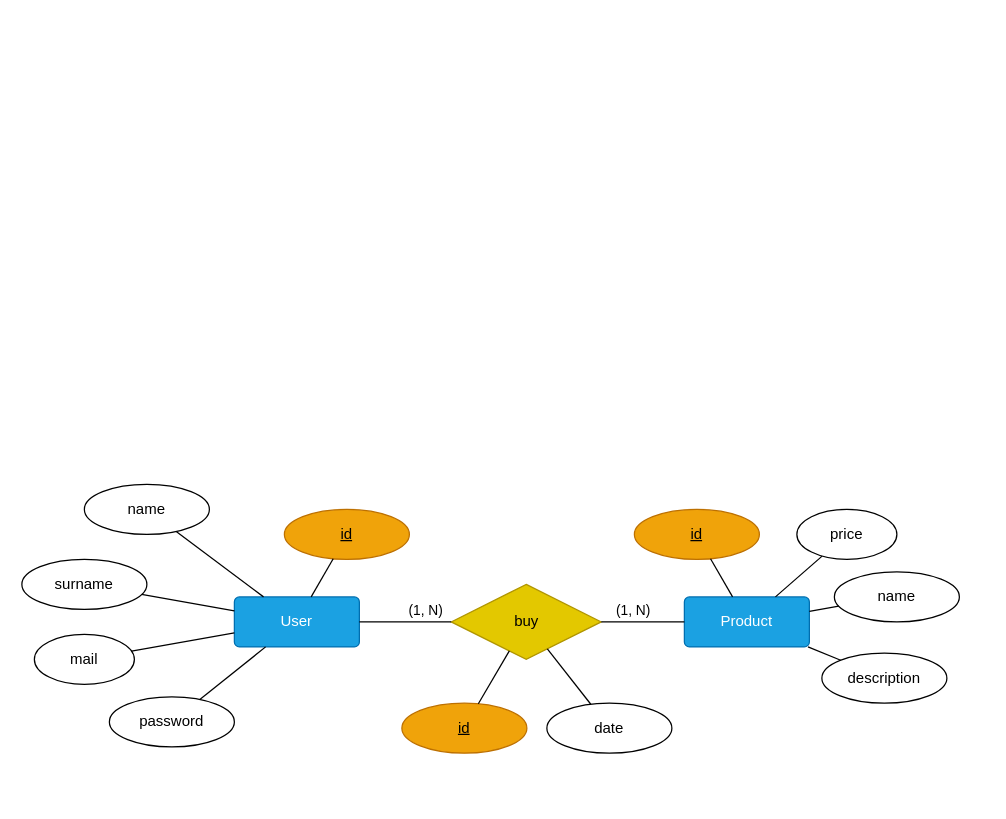
Before: db/DB_ER.drawio in CampominosiMarco/Web-App-Real-Time-Disaster-Response, a draw.io diagram. Source tidied: cells renumbered, new cells numbered last; positions are measured from the earlier drawing's top-left corner, leaving out a move shared by most shapes. Both pictures are drawn from the tidied source at 125%, with x=0, y=0 at pixel (21, 484).
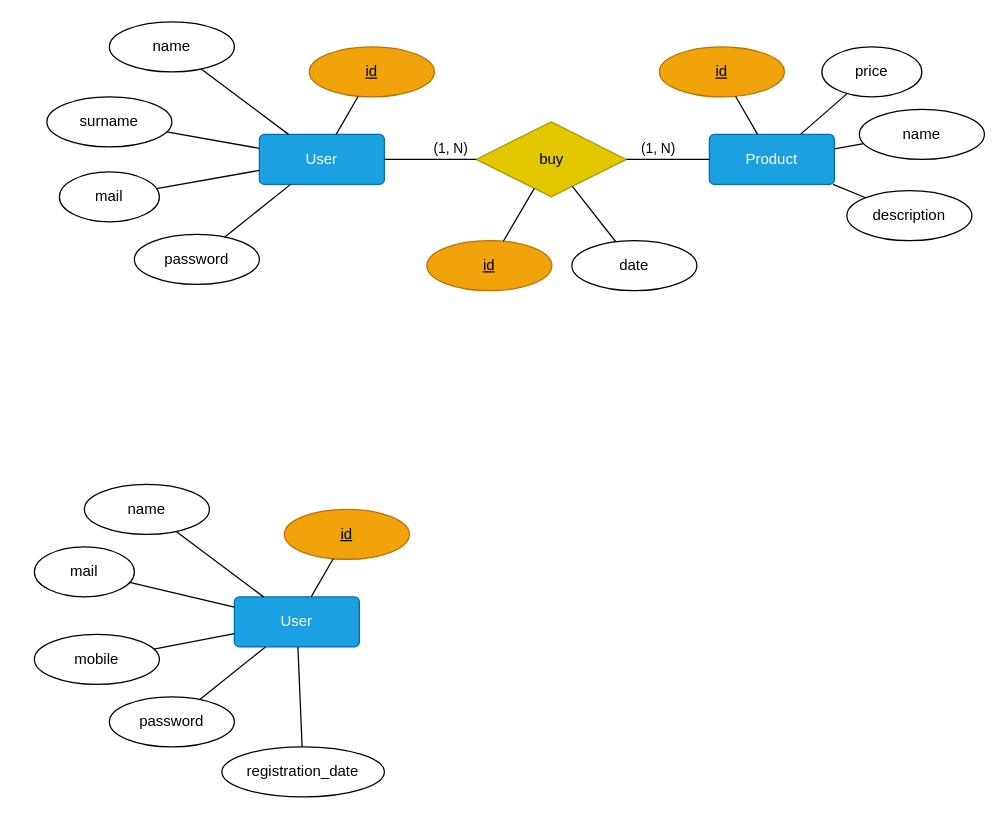
Above is the later version.

The change refers to these unchanged cells:
```xml
<mxCell id="3" value="User" style="rounded=1;arcSize=10;whiteSpace=wrap;html=1;align=center;fillColor=#1ba1e2;fontColor=#ffffff;strokeColor=#006EAF;" parent="1" vertex="1">
  <mxGeometry x="170" y="90" width="100" height="40" as="geometry" />
</mxCell>
<mxCell id="25" style="endArrow=none;html=1;rounded=0;" parent="1" edge="1" source="22" target="14">
  <mxGeometry relative="1" as="geometry" />
</mxCell>
```

Change to the diagram source:
```diff
@@
-    <mxCell id="4" value="surname" style="ellipse;whiteSpace=wrap;html=1;align=center;" parent="1" vertex="1">
-      <mxGeometry y="60" width="100" height="40" as="geometry" />
+    <mxCell id="4" value="mobile" style="ellipse;whiteSpace=wrap;html=1;align=center;" parent="1" vertex="1">
+      <mxGeometry x="10" y="120" width="100" height="40" as="geometry" />
     </mxCell>
@@
     <mxCell id="6" value="mail" style="ellipse;whiteSpace=wrap;html=1;align=center;" parent="1" vertex="1">
-      <mxGeometry x="10" y="120" width="80" height="40" as="geometry" />
+      <mxGeometry x="10" y="50" width="80" height="40" as="geometry" />
     </mxCell>
@@
-    <mxCell id="13" value="id" style="ellipse;whiteSpace=wrap;html=1;align=center;fontStyle=4;fillColor=#f0a30a;fontColor=#000000;strokeColor=#BD7000;" parent="1" vertex="1">
-      <mxGeometry x="490" y="20" width="100" height="40" as="geometry" />
-    </mxCell>
+    <mxCell id="31" value="id" style="ellipse;whiteSpace=wrap;html=1;align=center;fontStyle=4;fillColor=#f0a30a;fontColor=#000000;strokeColor=#BD7000;" parent="1" vertex="1">
+      <mxGeometry x="230" y="-350" width="100" height="40" as="geometry" />
+    </mxCell>
+    <mxCell id="32" value="User" style="rounded=1;arcSize=10;whiteSpace=wrap;html=1;align=center;fillColor=#1ba1e2;fontColor=#ffffff;strokeColor=#006EAF;" parent="1" vertex="1">
+      <mxGeometry x="190" y="-280" width="100" height="40" as="geometry" />
+    </mxCell>
+    <mxCell id="33" value="surname" style="ellipse;whiteSpace=wrap;html=1;align=center;" parent="1" vertex="1">
+      <mxGeometry x="20" y="-310" width="100" height="40" as="geometry" />
+    </mxCell>
+    <mxCell id="34" value="password" style="ellipse;whiteSpace=wrap;html=1;align=center;" parent="1" vertex="1">
+      <mxGeometry x="90" y="-200" width="100" height="40" as="geometry" />
+    </mxCell>
+    <mxCell id="35" value="mail" style="ellipse;whiteSpace=wrap;html=1;align=center;" parent="1" vertex="1">
+      <mxGeometry x="30" y="-250" width="80" height="40" as="geometry" />
+    </mxCell>
+    <mxCell id="36" value="name" style="ellipse;whiteSpace=wrap;html=1;align=center;" parent="1" vertex="1">
+      <mxGeometry x="70" y="-370" width="100" height="40" as="geometry" />
+    </mxCell>
+    <mxCell id="37" style="endArrow=none;html=1;rounded=0;" parent="1" edge="1" source="35" target="32">
+      <mxGeometry relative="1" as="geometry" />
+    </mxCell>
+    <mxCell id="38" style="endArrow=none;html=1;rounded=0;" parent="1" edge="1" source="36" target="32">
+      <mxGeometry relative="1" as="geometry" />
+    </mxCell>
+    <mxCell id="39" style="endArrow=none;html=1;rounded=0;" parent="1" edge="1" source="33" target="32">
+      <mxGeometry relative="1" as="geometry" />
+    </mxCell>
+    <mxCell id="40" style="endArrow=none;html=1;rounded=0;" parent="1" edge="1" source="34" target="32">
+      <mxGeometry relative="1" as="geometry" />
+    </mxCell>
+    <mxCell id="41" style="endArrow=none;html=1;rounded=0;" parent="1" edge="1" source="31" target="32">
+      <mxGeometry relative="1" as="geometry" />
+    </mxCell>
+    <mxCell id="42" value="id" style="ellipse;whiteSpace=wrap;html=1;align=center;fontStyle=4;fillColor=#f0a30a;fontColor=#000000;strokeColor=#BD7000;" parent="1" vertex="1">
+      <mxGeometry x="510" y="-350" width="100" height="40" as="geometry" />
+    </mxCell>
     <mxCell id="14" value="Product" style="rounded=1;arcSize=10;whiteSpace=wrap;html=1;align=center;fillColor=#1ba1e2;fontColor=#ffffff;strokeColor=#006EAF;" parent="1" vertex="1">
-      <mxGeometry x="530" y="90" width="100" height="40" as="geometry" />
+      <mxGeometry x="550" y="-280" width="100" height="40" as="geometry" />
     </mxCell>
     <mxCell id="15" value="description" style="ellipse;whiteSpace=wrap;html=1;align=center;" parent="1" vertex="1">
-      <mxGeometry x="640" y="135" width="100" height="40" as="geometry" />
+      <mxGeometry x="660" y="-235" width="100" height="40" as="geometry" />
     </mxCell>
     <mxCell id="16" value="price" style="ellipse;whiteSpace=wrap;html=1;align=center;" parent="1" vertex="1">
-      <mxGeometry x="620" y="20" width="80" height="40" as="geometry" />
+      <mxGeometry x="640" y="-350" width="80" height="40" as="geometry" />
     </mxCell>
-    <mxCell id="17" value="name" style="ellipse;whiteSpace=wrap;html=1;align=center;" parent="1" vertex="1">
-      <mxGeometry x="650" y="70" width="100" height="40" as="geometry" />
-    </mxCell>
+    <mxCell id="43" value="name" style="ellipse;whiteSpace=wrap;html=1;align=center;" parent="1" vertex="1">
+      <mxGeometry x="670" y="-300" width="100" height="40" as="geometry" />
+    </mxCell>
@@
-    <mxCell id="19" style="endArrow=none;html=1;rounded=0;" parent="1" edge="1" source="17" target="14">
-      <mxGeometry relative="1" as="geometry" />
-    </mxCell>
+    <mxCell id="44" style="endArrow=none;html=1;rounded=0;" parent="1" edge="1" source="43" target="14">
+      <mxGeometry relative="1" as="geometry" />
+    </mxCell>
@@
-    <mxCell id="21" style="endArrow=none;html=1;rounded=0;" parent="1" edge="1" source="13" target="14">
-      <mxGeometry relative="1" as="geometry" />
-    </mxCell>
+    <mxCell id="45" style="endArrow=none;html=1;rounded=0;" parent="1" edge="1" source="42" target="14">
+      <mxGeometry relative="1" as="geometry" />
+    </mxCell>
     <mxCell id="22" value="buy" style="shape=rhombus;perimeter=rhombusPerimeter;whiteSpace=wrap;html=1;align=center;fillColor=#e3c800;fontColor=#000000;strokeColor=#B09500;gradientColor=none;" parent="1" vertex="1">
-      <mxGeometry x="343.5" y="80" width="120" height="60" as="geometry" />
+      <mxGeometry x="363.5" y="-290" width="120" height="60" as="geometry" />
     </mxCell>
-    <mxCell id="23" style="endArrow=none;html=1;rounded=0;" parent="1" edge="1" source="3" target="22">
-      <mxGeometry relative="1" as="geometry" />
-    </mxCell>
-    <mxCell id="24" value="(1, N)" style="edgeLabel;html=1;align=center;verticalAlign=middle;" parent="23" vertex="1">
-      <mxGeometry x="0.71" y="2" relative="1" as="geometry">
-        <mxPoint x="-11" y="-8" as="offset" />
-      </mxGeometry>
-    </mxCell>
+    <mxCell id="46" style="endArrow=none;html=1;rounded=0;" parent="1" edge="1" source="32" target="22">
+      <mxGeometry relative="1" as="geometry" />
+    </mxCell>
+    <mxCell id="47" value="(1, N)" style="edgeLabel;html=1;align=center;verticalAlign=middle;" parent="46" vertex="1">
+      <mxGeometry x="0.71" y="2" relative="1" as="geometry">
+        <mxPoint x="-11" y="-8" as="offset" />
+      </mxGeometry>
+    </mxCell>
@@
-    <mxCell id="26" value="(1, N)" style="edgeLabel;html=1;align=center;verticalAlign=middle;" parent="25" vertex="1">
-      <mxGeometry x="-0.24" y="2" relative="1" as="geometry">
-        <mxPoint y="-8" as="offset" />
-      </mxGeometry>
-    </mxCell>
-    <mxCell id="27" value="id" style="ellipse;whiteSpace=wrap;html=1;align=center;fontStyle=4;fillColor=#f0a30a;fontColor=#000000;strokeColor=#BD7000;" parent="1" vertex="1">
-      <mxGeometry x="304" y="175" width="100" height="40" as="geometry" />
-    </mxCell>
-    <mxCell id="28" style="endArrow=none;html=1;rounded=0;" parent="1" edge="1" source="27" target="22">
-      <mxGeometry relative="1" as="geometry" />
-    </mxCell>
+    <mxCell id="48" value="(1, N)" style="edgeLabel;html=1;align=center;verticalAlign=middle;" parent="25" vertex="1">
+      <mxGeometry x="-0.24" y="2" relative="1" as="geometry">
+        <mxPoint y="-8" as="offset" />
+      </mxGeometry>
+    </mxCell>
+    <mxCell id="49" value="id" style="ellipse;whiteSpace=wrap;html=1;align=center;fontStyle=4;fillColor=#f0a30a;fontColor=#000000;strokeColor=#BD7000;" parent="1" vertex="1">
+      <mxGeometry x="324" y="-195" width="100" height="40" as="geometry" />
+    </mxCell>
+    <mxCell id="50" style="endArrow=none;html=1;rounded=0;" parent="1" edge="1" source="49" target="22">
+      <mxGeometry relative="1" as="geometry" />
+    </mxCell>
     <mxCell id="29" value="date" style="ellipse;whiteSpace=wrap;html=1;align=center;" parent="1" vertex="1">
-      <mxGeometry x="420" y="175" width="100" height="40" as="geometry" />
+      <mxGeometry x="440" y="-195" width="100" height="40" as="geometry" />
     </mxCell>
@@
+    <mxCell id="51" value="registration_date" style="ellipse;whiteSpace=wrap;html=1;align=center;" parent="1" vertex="1">
+      <mxGeometry x="160" y="210" width="130" height="40" as="geometry" />
+    </mxCell>
+    <mxCell id="52" style="endArrow=none;html=1;rounded=0;" parent="1" edge="1" source="51" target="3">
+      <mxGeometry relative="1" as="geometry" />
+    </mxCell>
```
